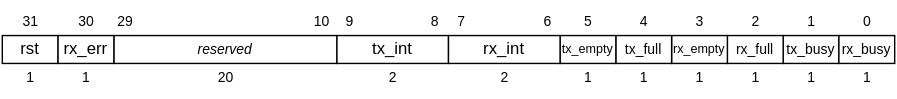
dhad4g/Lexington keeps this draw.io diagram as docs/figures/UART_config_register.drawio.svg. Above is the earlier version. Source tidied: cells renumbered, new cells last; positions are measured from the earlier drawing's top-left corner, leaving out a move shared by most shapes.
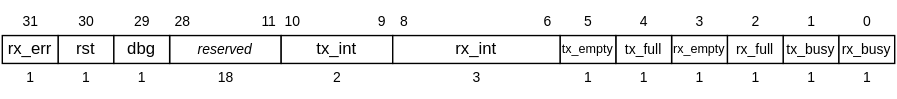
The same diagram one commit later.

The edit, as a diff of the source:
```diff
@@ -6,7 +6,7 @@
       <mxGeometry x="605" width="30" height="30" as="geometry" />
     </mxCell>
     <mxCell id="3" value="&lt;i&gt;reserved&lt;/i&gt;" style="rounded=0;whiteSpace=wrap;html=1;fontSize=10;" parent="1" vertex="1">
-      <mxGeometry x="80" y="25" width="160" height="20" as="geometry" />
+      <mxGeometry x="120" y="25" width="80" height="20" as="geometry" />
     </mxCell>
     <mxCell id="4" value="31" style="text;html=1;align=center;verticalAlign=middle;strokeColor=none;fillColor=none;fontSize=10;" parent="1" vertex="1">
       <mxGeometry x="5" width="30" height="30" as="geometry" />
@@ -30,16 +30,16 @@
       <mxGeometry x="400" y="25" width="40" height="20" as="geometry" />
     </mxCell>
     <mxCell id="11" value="rst" style="rounded=0;whiteSpace=wrap;html=1;fontSize=12;" parent="1" vertex="1">
-      <mxGeometry y="25" width="40" height="20" as="geometry" />
+      <mxGeometry x="40" y="25" width="40" height="20" as="geometry" />
     </mxCell>
     <mxCell id="12" value="rx_err" style="rounded=0;whiteSpace=wrap;html=1;fontSize=12;" parent="1" vertex="1">
-      <mxGeometry x="40" y="25" width="40" height="20" as="geometry" />
+      <mxGeometry y="25" width="40" height="20" as="geometry" />
     </mxCell>
     <mxCell id="13" value="tx_int" style="rounded=0;whiteSpace=wrap;html=1;fontSize=12;" parent="1" vertex="1">
-      <mxGeometry x="240" y="25" width="80" height="20" as="geometry" />
+      <mxGeometry x="200" y="25" width="80" height="20" as="geometry" />
     </mxCell>
     <mxCell id="14" value="rx_int" style="rounded=0;whiteSpace=wrap;html=1;fontSize=12;" parent="1" vertex="1">
-      <mxGeometry x="320" y="25" width="80" height="20" as="geometry" />
+      <mxGeometry x="280" y="25" width="120" height="20" as="geometry" />
     </mxCell>
     <mxCell id="15" value="1" style="text;html=1;align=center;verticalAlign=middle;strokeColor=none;fillColor=none;fontSize=10;" parent="1" vertex="1">
       <mxGeometry x="605" y="40" width="30" height="30" as="geometry" />
@@ -62,13 +62,13 @@
     <mxCell id="21" value="1" style="text;html=1;align=center;verticalAlign=middle;strokeColor=none;fillColor=none;fontSize=10;" parent="1" vertex="1">
       <mxGeometry x="405" y="40" width="30" height="30" as="geometry" />
     </mxCell>
-    <mxCell id="22" value="2" style="text;html=1;align=center;verticalAlign=middle;strokeColor=none;fillColor=none;fontSize=10;" parent="1" vertex="1">
-      <mxGeometry x="345" y="40" width="30" height="30" as="geometry" />
+    <mxCell id="22" value="3" style="text;html=1;align=center;verticalAlign=middle;strokeColor=none;fillColor=none;fontSize=10;" parent="1" vertex="1">
+      <mxGeometry x="325" y="40" width="30" height="30" as="geometry" />
     </mxCell>
     <mxCell id="23" value="2" style="text;html=1;align=center;verticalAlign=middle;strokeColor=none;fillColor=none;fontSize=10;" parent="1" vertex="1">
-      <mxGeometry x="265" y="40" width="30" height="30" as="geometry" />
+      <mxGeometry x="225" y="40" width="30" height="30" as="geometry" />
     </mxCell>
-    <mxCell id="24" value="20" style="text;html=1;align=center;verticalAlign=middle;strokeColor=none;fillColor=none;fontSize=10;" parent="1" vertex="1">
+    <mxCell id="24" value="18" style="text;html=1;align=center;verticalAlign=middle;strokeColor=none;fillColor=none;fontSize=10;" parent="1" vertex="1">
       <mxGeometry x="145" y="40" width="30" height="30" as="geometry" />
     </mxCell>
     <mxCell id="25" value="1" style="text;html=1;align=center;verticalAlign=middle;strokeColor=none;fillColor=none;fontSize=10;" parent="1" vertex="1">
@@ -92,23 +92,32 @@
     <mxCell id="31" value="5" style="text;html=1;align=center;verticalAlign=middle;strokeColor=none;fillColor=none;fontSize=10;" parent="1" vertex="1">
       <mxGeometry x="405" width="30" height="30" as="geometry" />
     </mxCell>
-    <mxCell id="32" value="7" style="text;html=1;align=center;verticalAlign=middle;strokeColor=none;fillColor=none;fontSize=10;" parent="1" vertex="1">
-      <mxGeometry x="314" width="30" height="30" as="geometry" />
-    </mxCell>
     <mxCell id="33" value="8" style="text;html=1;align=center;verticalAlign=middle;strokeColor=none;fillColor=none;fontSize=10;" parent="1" vertex="1">
-      <mxGeometry x="295" width="30" height="30" as="geometry" />
+      <mxGeometry x="273" width="30" height="30" as="geometry" />
     </mxCell>
     <mxCell id="34" value="9" style="text;html=1;align=center;verticalAlign=middle;strokeColor=none;fillColor=none;fontSize=10;" parent="1" vertex="1">
-      <mxGeometry x="234" width="30" height="30" as="geometry" />
+      <mxGeometry x="257" width="30" height="30" as="geometry" />
     </mxCell>
     <mxCell id="35" value="10" style="text;html=1;align=center;verticalAlign=middle;strokeColor=none;fillColor=none;fontSize=10;" parent="1" vertex="1">
-      <mxGeometry x="214" width="30" height="30" as="geometry" />
+      <mxGeometry x="193" width="30" height="30" as="geometry" />
     </mxCell>
     <mxCell id="36" value="29" style="text;html=1;align=center;verticalAlign=middle;strokeColor=none;fillColor=none;fontSize=10;" parent="1" vertex="1">
-      <mxGeometry x="73" width="30" height="30" as="geometry" />
+      <mxGeometry x="85" width="30" height="30" as="geometry" />
     </mxCell>
     <mxCell id="37" value="30" style="text;html=1;align=center;verticalAlign=middle;strokeColor=none;fillColor=none;fontSize=10;" parent="1" vertex="1">
       <mxGeometry x="45" width="30" height="30" as="geometry" />
     </mxCell>
+    <mxCell id="38" value="dbg" style="rounded=0;whiteSpace=wrap;html=1;fontSize=12;" parent="1" vertex="1">
+      <mxGeometry x="80" y="25" width="40" height="20" as="geometry" />
+    </mxCell>
+    <mxCell id="39" value="28" style="text;html=1;align=center;verticalAlign=middle;strokeColor=none;fillColor=none;fontSize=10;" parent="1" vertex="1">
+      <mxGeometry x="114" width="30" height="30" as="geometry" />
+    </mxCell>
+    <mxCell id="40" value="1" style="text;html=1;align=center;verticalAlign=middle;strokeColor=none;fillColor=none;fontSize=10;" parent="1" vertex="1">
+      <mxGeometry x="85" y="40" width="30" height="30" as="geometry" />
+    </mxCell>
+    <mxCell id="41" value="11" style="text;html=1;align=center;verticalAlign=middle;strokeColor=none;fillColor=none;fontSize=10;" parent="1" vertex="1">
+      <mxGeometry x="176" width="30" height="30" as="geometry" />
+    </mxCell>
   </root>
 </mxGraphModel>
```
